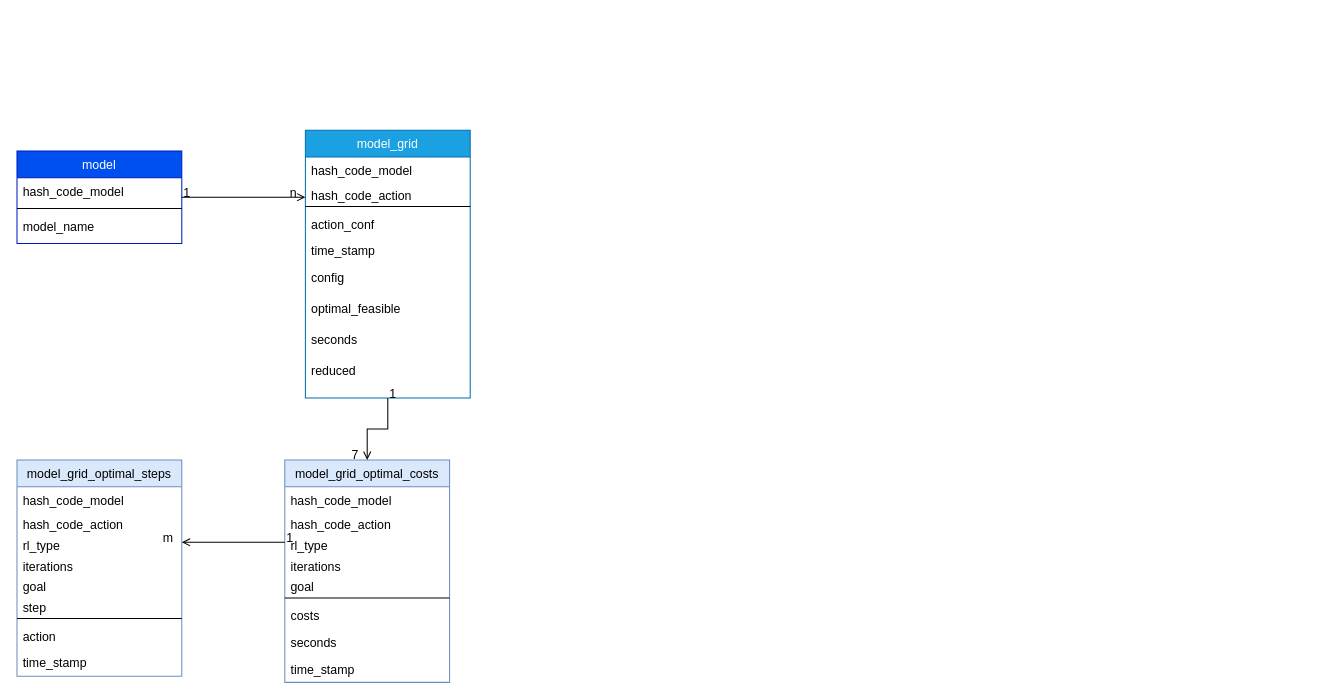
The draw.io diagram Datenmodell.drawio in MatthiasWikenheiser/goal_recognition, before the edit. Source tidied: cells renumbered, new cells numbered last; positions are measured from the earlier drawing's top-left corner, leaving out a move shared by most shapes. Both pictures are drawn from the tidied source at 103%, with x=0, y=0 at pixel (16, 130).
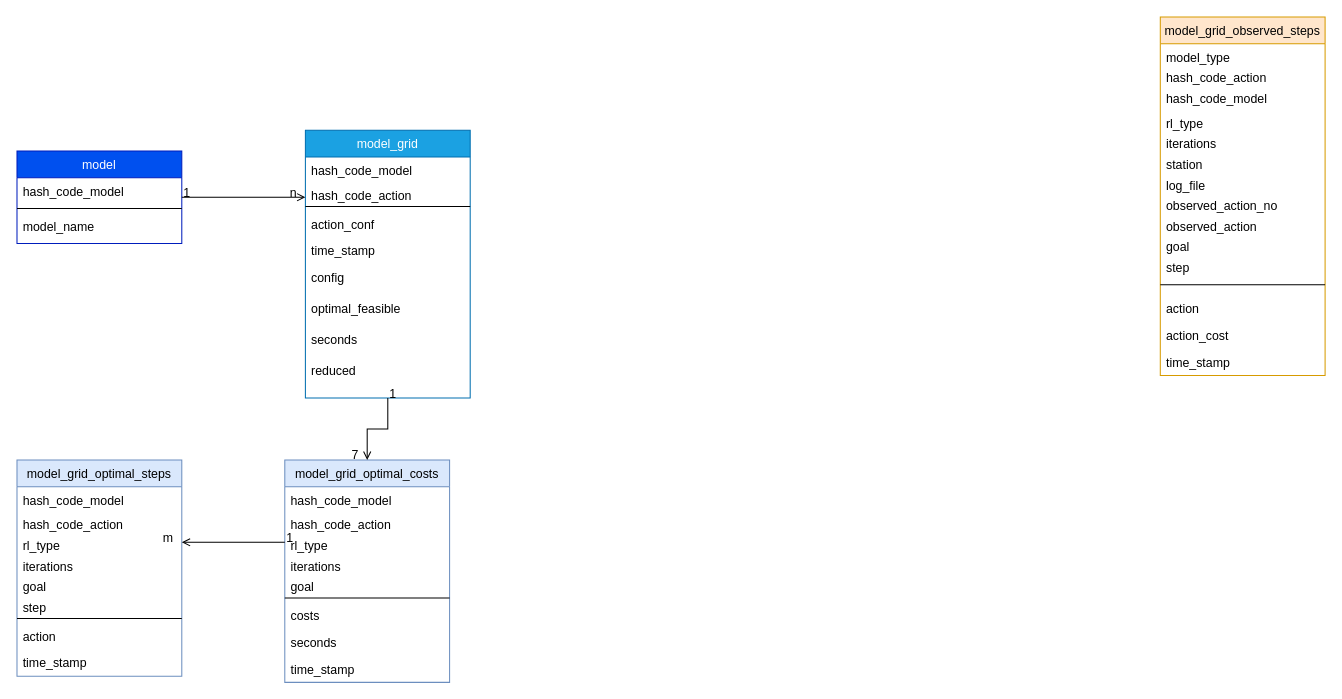
After the change.

What changed in the source:
```diff
@@
+    <mxCell id="45" value="model_grid_observed_steps&#10;" style="swimlane;fontStyle=0;align=center;verticalAlign=top;horizontal=1;startSize=26;rounded=0;shadow=0;strokeWidth=1;fillColor=#ffe6cc;strokeColor=#d79b00;" parent="1" vertex="1">
+      <mxGeometry x="1110" y="-110" width="160" height="348" as="geometry" />
+    </mxCell>
+    <mxCell id="46" value="model_type" style="text;align=left;verticalAlign=top;spacingLeft=4;spacingRight=4;overflow=hidden;" parent="45" vertex="1">
+      <mxGeometry y="26" width="160" height="20" as="geometry" />
+    </mxCell>
+    <mxCell id="47" value="hash_code_action" style="text;align=left;verticalAlign=top;spacingLeft=4;spacingRight=4;overflow=hidden;" parent="45" vertex="1">
+      <mxGeometry y="46" width="160" height="20" as="geometry" />
+    </mxCell>
+    <mxCell id="48" value="hash_code_model" style="text;align=left;verticalAlign=top;spacingLeft=4;spacingRight=4;overflow=hidden;" parent="45" vertex="1">
+      <mxGeometry y="66" width="160" height="24" as="geometry" />
+    </mxCell>
+    <mxCell id="49" value="rl_type" style="text;align=left;verticalAlign=top;spacingLeft=4;spacingRight=4;overflow=hidden;" parent="45" vertex="1">
+      <mxGeometry y="90" width="160" height="20" as="geometry" />
+    </mxCell>
+    <mxCell id="50" value="iterations" style="text;align=left;verticalAlign=top;spacingLeft=4;spacingRight=4;overflow=hidden;" parent="45" vertex="1">
+      <mxGeometry y="110" width="160" height="20" as="geometry" />
+    </mxCell>
+    <mxCell id="51" value="station" style="text;align=left;verticalAlign=top;spacingLeft=4;spacingRight=4;overflow=hidden;" parent="45" vertex="1">
+      <mxGeometry y="130" width="160" height="20" as="geometry" />
+    </mxCell>
+    <mxCell id="52" value="log_file" style="text;align=left;verticalAlign=top;spacingLeft=4;spacingRight=4;overflow=hidden;" parent="45" vertex="1">
+      <mxGeometry y="150" width="160" height="20" as="geometry" />
+    </mxCell>
+    <mxCell id="53" value="observed_action_no   " style="text;align=left;verticalAlign=top;spacingLeft=4;spacingRight=4;overflow=hidden;" parent="45" vertex="1">
+      <mxGeometry y="170" width="160" height="20" as="geometry" />
+    </mxCell>
+    <mxCell id="54" value="observed_action" style="text;align=left;verticalAlign=top;spacingLeft=4;spacingRight=4;overflow=hidden;" parent="45" vertex="1">
+      <mxGeometry y="190" width="160" height="20" as="geometry" />
+    </mxCell>
+    <mxCell id="55" value="goal" style="text;align=left;verticalAlign=top;spacingLeft=4;spacingRight=4;overflow=hidden;" parent="45" vertex="1">
+      <mxGeometry y="210" width="160" height="20" as="geometry" />
+    </mxCell>
+    <mxCell id="56" value="step" style="text;align=left;verticalAlign=top;spacingLeft=4;spacingRight=4;overflow=hidden;" parent="45" vertex="1">
+      <mxGeometry y="230" width="160" height="20" as="geometry" />
+    </mxCell>
+    <mxCell id="57" style="line;html=1;strokeWidth=1;align=left;verticalAlign=middle;spacingTop=-1;spacingLeft=3;spacingRight=3;labelPosition=right;" parent="45" vertex="1">
+      <mxGeometry y="250" width="160" height="20" as="geometry" />
+    </mxCell>
+    <mxCell id="58" value="action" style="text;align=left;verticalAlign=top;spacingLeft=4;spacingRight=4;overflow=hidden;" parent="45" vertex="1">
+      <mxGeometry y="270" width="160" height="26" as="geometry" />
+    </mxCell>
+    <mxCell id="59" value="action_cost" style="text;align=left;verticalAlign=top;spacingLeft=4;spacingRight=4;overflow=hidden;" parent="45" vertex="1">
+      <mxGeometry y="296" width="160" height="26" as="geometry" />
+    </mxCell>
+    <mxCell id="60" value="time_stamp" style="text;align=left;verticalAlign=top;spacingLeft=4;spacingRight=4;overflow=hidden;" parent="45" vertex="1">
+      <mxGeometry y="322" width="160" height="26" as="geometry" />
+    </mxCell>
```
